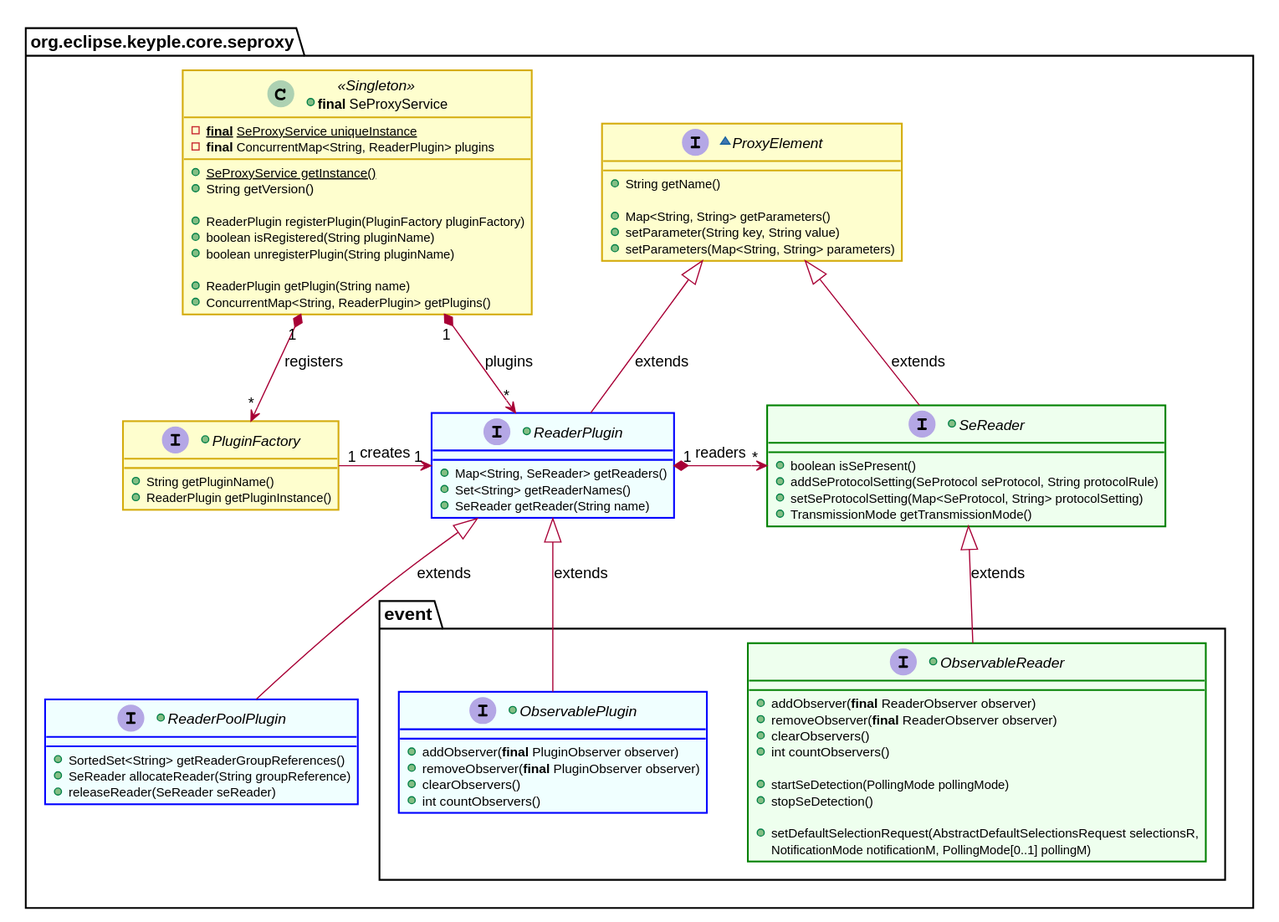
Before: docs/KeypleCoreApi/ApplicationApi/img/KeypleCore_ApplicationApi_ClassDiag_SE_Proxy_PluginSettingAndReaderAccess_0_9_0.svg, a diagram exported from PlantUML (calypsonet/keyple).
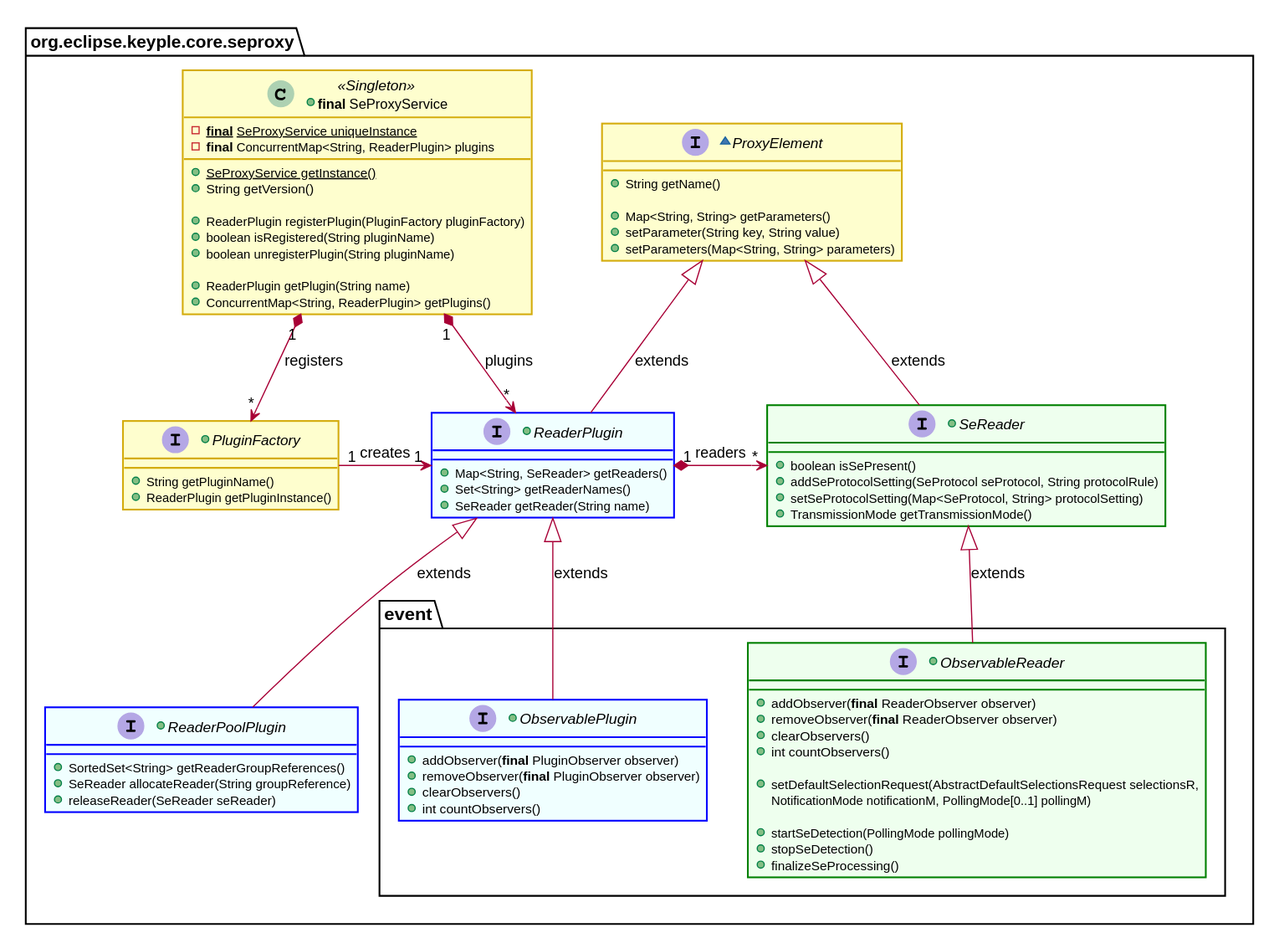
After the change.

Change to the diagram source:
```diff
@@ -93,11 +93,12 @@
   +clearObservers()
   +int countObservers()
 
+  +setDefaultSelectionRequest(AbstractDefaultSelectionsRequest selectionsR,
+    NotificationMode notificationM, PollingMode[0..1] pollingM)
+
   +startSeDetection(PollingMode pollingMode)
   +stopSeDetection()
-
-  +setDefaultSelectionRequest(AbstractDefaultSelectionsRequest selectionsR,
-    NotificationMode notificationM, PollingMode[0..1] pollingM)
+  +finalizeSeProcessing()
 }
   }
   ReaderPlugin <|-- ObservablePlugin : extends
```
